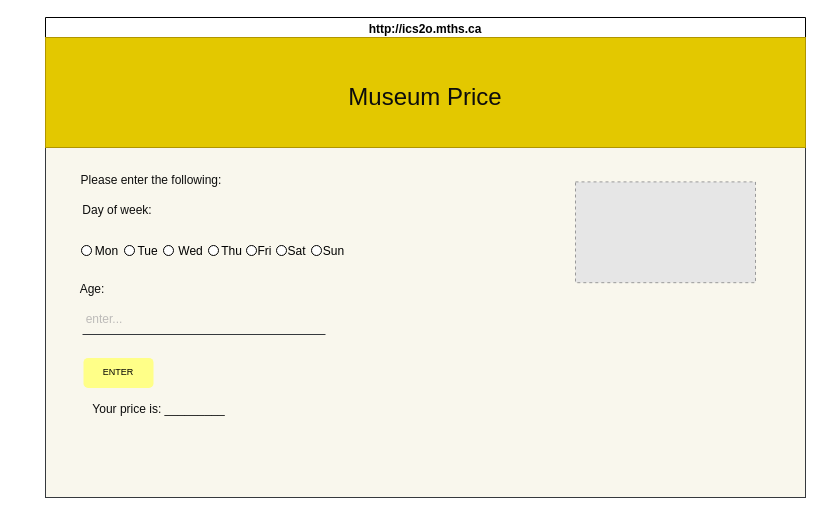
The draw.io diagram design/storyboard.drawio in pablo-fiallos-granados/ICD2O-Unit-5-04-pablo-fiallos-granados, before the edit. Source tidied: cells renumbered, new cells numbered last; positions are measured from the earlier drawing's top-left corner, leaving out a move shared by most shapes. Both pictures are drawn from the tidied source at 100%, with x=0, y=0 at pixel (17, 17). Pictures stored in the file or linked from it are replaced by grey dashed boxes.
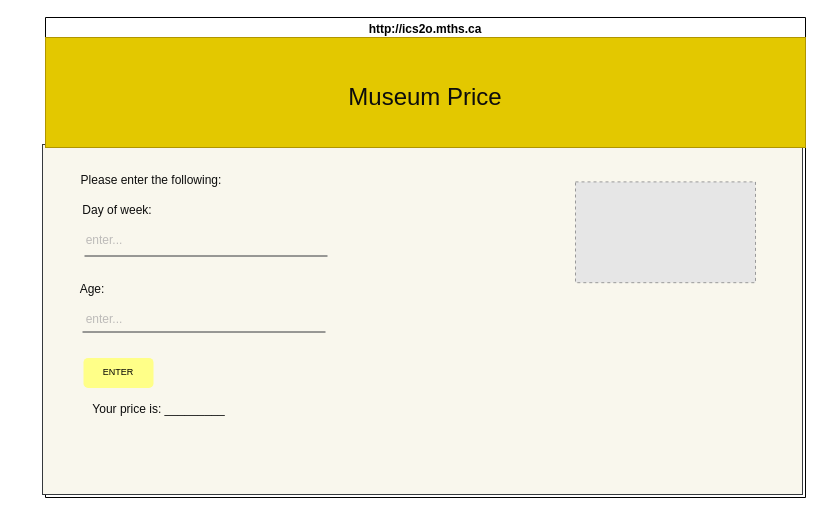
The same page after the edit.

Unchanged cells that the change refers to:
```xml
<mxCell id="2" value="http://ics2o.mths.ca" style="swimlane;whiteSpace=wrap;html=1;" parent="1" vertex="1">
  <mxGeometry x="28" width="760" height="480" as="geometry" />
</mxCell>
```

Diff of the diagram source:
```diff
@@
     <mxCell id="3" style="rounded=0;whiteSpace=wrap;html=1;fillColor=#f9f7ed;strokeColor=#36393d;fontSize=9;" parent="2" vertex="1">
-      <mxGeometry y="130" width="760" height="350" as="geometry" />
+      <mxGeometry x="-3" y="127" width="760" height="350" as="geometry" />
     </mxCell>
@@
-    <mxCell id="5" style="endArrow=none;html=1;fontColor=#0D0D0D;jumpSize=5;fillColor=#eeeeee;strokeColor=#36393d;" parent="2" edge="1">
-      <mxGeometry relative="1" as="geometry">
-        <mxPoint x="37" y="317" as="sourcePoint" />
-        <mxPoint x="280" y="317" as="targetPoint" />
-      </mxGeometry>
-    </mxCell>
@@
-    <mxCell id="9" style="ellipse;whiteSpace=wrap;html=1;" parent="2" vertex="1">
-      <mxGeometry x="36" y="228" width="10" height="10" as="geometry" />
-    </mxCell>
-    <mxCell id="10" value="Mon" style="text;html=1;align=center;verticalAlign=middle;strokeColor=none;fillColor=none;" parent="2" vertex="1">
-      <mxGeometry x="36" y="219" width="50" height="30" as="geometry" />
-    </mxCell>
-    <mxCell id="11" style="ellipse;whiteSpace=wrap;html=1;" parent="2" vertex="1">
-      <mxGeometry x="79" y="228" width="10" height="10" as="geometry" />
-    </mxCell>
-    <mxCell id="12" value="Tue" style="text;html=1;align=center;verticalAlign=middle;strokeColor=none;fillColor=none;" parent="2" vertex="1">
-      <mxGeometry x="82" y="219" width="40" height="30" as="geometry" />
-    </mxCell>
-    <mxCell id="13" style="ellipse;whiteSpace=wrap;html=1;" parent="2" vertex="1">
-      <mxGeometry x="118" y="228" width="10" height="10" as="geometry" />
-    </mxCell>
-    <mxCell id="14" value="Wed" style="text;html=1;align=center;verticalAlign=middle;strokeColor=none;fillColor=none;" parent="2" vertex="1">
-      <mxGeometry x="120" y="219" width="50" height="30" as="geometry" />
-    </mxCell>
@@
-    <mxCell id="17" value="Thu" style="text;html=1;align=center;verticalAlign=middle;strokeColor=none;fillColor=none;" parent="2" vertex="1">
-      <mxGeometry x="166" y="219" width="40" height="30" as="geometry" />
-    </mxCell>
@@
+    <mxCell id="28" value="enter..." style="text;html=1;strokeColor=none;fillColor=none;align=center;verticalAlign=middle;whiteSpace=wrap;rounded=0;fontColor=#BDBBB9;" parent="2" vertex="1">
+      <mxGeometry x="28" y="208" width="62" height="30" as="geometry" />
+    </mxCell>
+    <mxCell id="29" style="endArrow=none;html=1;fontColor=#0D0D0D;jumpSize=5;fillColor=#eeeeee;strokeColor=#36393d;" parent="2" edge="1">
+      <mxGeometry relative="1" as="geometry">
+        <mxPoint x="39" y="238.5" as="sourcePoint" />
+        <mxPoint x="282" y="238.5" as="targetPoint" />
+      </mxGeometry>
+    </mxCell>
@@
-    <mxCell id="21" style="ellipse;whiteSpace=wrap;html=1;" parent="1" vertex="1">
-      <mxGeometry x="191" y="228" width="10" height="10" as="geometry" />
-    </mxCell>
-    <mxCell id="22" style="ellipse;whiteSpace=wrap;html=1;" parent="1" vertex="1">
-      <mxGeometry x="229" y="228" width="10" height="10" as="geometry" />
-    </mxCell>
-    <mxCell id="23" value="Fri" style="text;html=1;align=center;verticalAlign=middle;strokeColor=none;fillColor=none;" parent="1" vertex="1">
-      <mxGeometry x="227" y="219" width="40" height="30" as="geometry" />
-    </mxCell>
-    <mxCell id="24" style="ellipse;whiteSpace=wrap;html=1;" parent="1" vertex="1">
-      <mxGeometry x="259" y="228" width="10" height="10" as="geometry" />
-    </mxCell>
-    <mxCell id="25" value="Sat" style="text;html=1;align=center;verticalAlign=middle;strokeColor=none;fillColor=none;" parent="1" vertex="1">
-      <mxGeometry x="259" y="219" width="40" height="30" as="geometry" />
-    </mxCell>
-    <mxCell id="26" style="ellipse;whiteSpace=wrap;html=1;" parent="1" vertex="1">
-      <mxGeometry x="294" y="228" width="10" height="10" as="geometry" />
-    </mxCell>
-    <mxCell id="27" value="Sun" style="text;html=1;align=center;verticalAlign=middle;strokeColor=none;fillColor=none;" parent="1" vertex="1">
-      <mxGeometry x="291" y="219" width="50" height="30" as="geometry" />
-    </mxCell>
+    <mxCell id="30" style="endArrow=none;html=1;fontColor=#0D0D0D;jumpSize=5;fillColor=#eeeeee;strokeColor=#36393d;" parent="1" edge="1">
+      <mxGeometry relative="1" as="geometry">
+        <mxPoint x="65" y="314.5" as="sourcePoint" />
+        <mxPoint x="308" y="314.5" as="targetPoint" />
+      </mxGeometry>
+    </mxCell>
```
